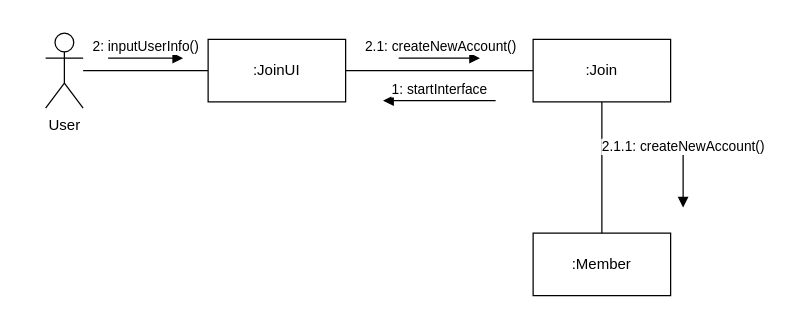
The draw.io diagram B981008_김미래/회원가입.drawio in FinancialWorld16/SE_TEAM, before the edit. Source tidied: cells renumbered, new cells numbered last; positions are measured from the earlier drawing's top-left corner, leaving out a move shared by most shapes. Both pictures are drawn from the tidied source at 125%, with x=0, y=0 at pixel (45, 32).
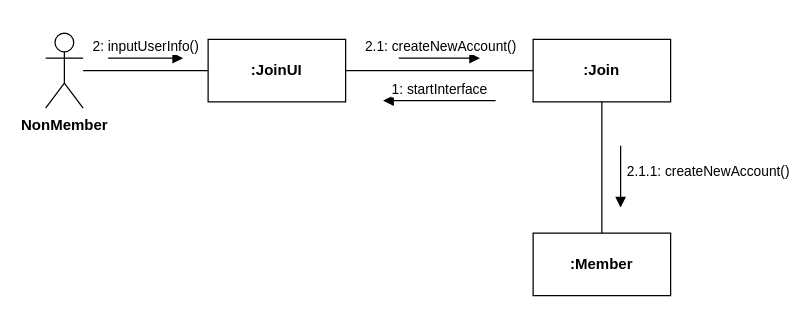
Above is the later version.

What changed in the source:
```diff
@@
 <mxGraphModel>
   <root>
     <mxCell id="0" />
     <mxCell id="1" parent="0" />
-    <mxCell id="2" value="User" style="shape=umlActor;verticalLabelPosition=bottom;verticalAlign=top;html=1;" parent="1" vertex="1">
+    <mxCell id="2" value="NonMember" style="shape=umlActor;verticalLabelPosition=bottom;verticalAlign=top;html=1;fontStyle=1;" parent="1" vertex="1">
       <mxGeometry width="30" height="60" as="geometry" />
     </mxCell>
-    <mxCell id="3" value=":JoinUI" style="html=1;whiteSpace=wrap;" parent="1" vertex="1">
+    <mxCell id="3" value=":JoinUI" style="html=1;whiteSpace=wrap;fontStyle=1;" parent="1" vertex="1">
       <mxGeometry x="130" y="5" width="110" height="50" as="geometry" />
     </mxCell>
-    <mxCell id="4" value=":Join" style="html=1;whiteSpace=wrap;" parent="1" vertex="1">
+    <mxCell id="4" value=":Join" style="html=1;whiteSpace=wrap;fontStyle=1;" parent="1" vertex="1">
       <mxGeometry x="390" y="5" width="110" height="50" as="geometry" />
     </mxCell>
     <mxCell id="5" style="line;strokeWidth=1;fillColor=none;align=left;verticalAlign=middle;spacingTop=-1;spacingLeft=3;spacingRight=3;labelPosition=right;strokeColor=inherit;" parent="1" vertex="1">
       <mxGeometry x="30" y="26" width="100" height="8" as="geometry" />
     </mxCell>
     <mxCell id="6" value="&lt;br&gt;2: inputUserInfo()" style="html=1;verticalAlign=bottom;endArrow=block;edgeStyle=elbowEdgeStyle;elbow=vertical;curved=0;rounded=0;" parent="1" edge="1">
       <mxGeometry relative="1" as="geometry">
         <mxPoint x="50" y="20" as="sourcePoint" />
         <mxPoint x="110" y="20" as="targetPoint" />
       </mxGeometry>
     </mxCell>
     <mxCell id="7" style="line;strokeWidth=1;fillColor=none;align=left;verticalAlign=middle;spacingTop=-1;spacingLeft=3;spacingRight=3;labelPosition=right;strokeColor=inherit;" parent="1" vertex="1">
       <mxGeometry x="240" y="26" width="150" height="8" as="geometry" />
     </mxCell>
     <mxCell id="8" value="2.1: createNewAccount()" style="html=1;verticalAlign=bottom;endArrow=block;edgeStyle=elbowEdgeStyle;elbow=vertical;curved=0;rounded=0;" parent="1" edge="1">
       <mxGeometry relative="1" as="geometry">
         <mxPoint x="282.5" y="20" as="sourcePoint" />
         <mxPoint x="347.5" y="20" as="targetPoint" />
       </mxGeometry>
     </mxCell>
-    <mxCell id="9" value=":Member" style="html=1;whiteSpace=wrap;" parent="1" vertex="1">
+    <mxCell id="9" value=":Member" style="html=1;whiteSpace=wrap;fontStyle=1;" parent="1" vertex="1">
       <mxGeometry x="390" y="160" width="110" height="50" as="geometry" />
     </mxCell>
     <mxCell id="10" style="endArrow=none;html=1;rounded=0;exitX=0.5;exitY=0;exitDx=0;exitDy=0;entryX=0.5;entryY=1;entryDx=0;entryDy=0;" parent="1" edge="1" source="9" target="4">
       <mxGeometry relative="1" as="geometry" />
     </mxCell>
     <mxCell id="11" value="2.1.1: createNewAccount()" style="html=1;verticalAlign=bottom;endArrow=block;edgeStyle=elbowEdgeStyle;elbow=vertical;curved=0;rounded=0;" parent="1" edge="1">
-      <mxGeometry x="-0.58" relative="1" as="geometry">
-        <mxPoint x="510" y="90" as="sourcePoint" />
-        <mxPoint x="510" y="139.6" as="targetPoint" />
+      <mxGeometry x="0.21" y="70" relative="1" as="geometry">
+        <mxPoint x="460" y="90" as="sourcePoint" />
+        <mxPoint x="460" y="139.6" as="targetPoint" />
       </mxGeometry>
     </mxCell>
     <mxCell id="12" value="1: startInterface" style="html=1;verticalAlign=bottom;endArrow=block;rounded=0;" parent="1" edge="1">
       <mxGeometry relative="1" as="geometry">
         <mxPoint x="360" y="54" as="sourcePoint" />
         <mxPoint x="270" y="54" as="targetPoint" />
       </mxGeometry>
     </mxCell>
   </root>
 </mxGraphModel>
```
